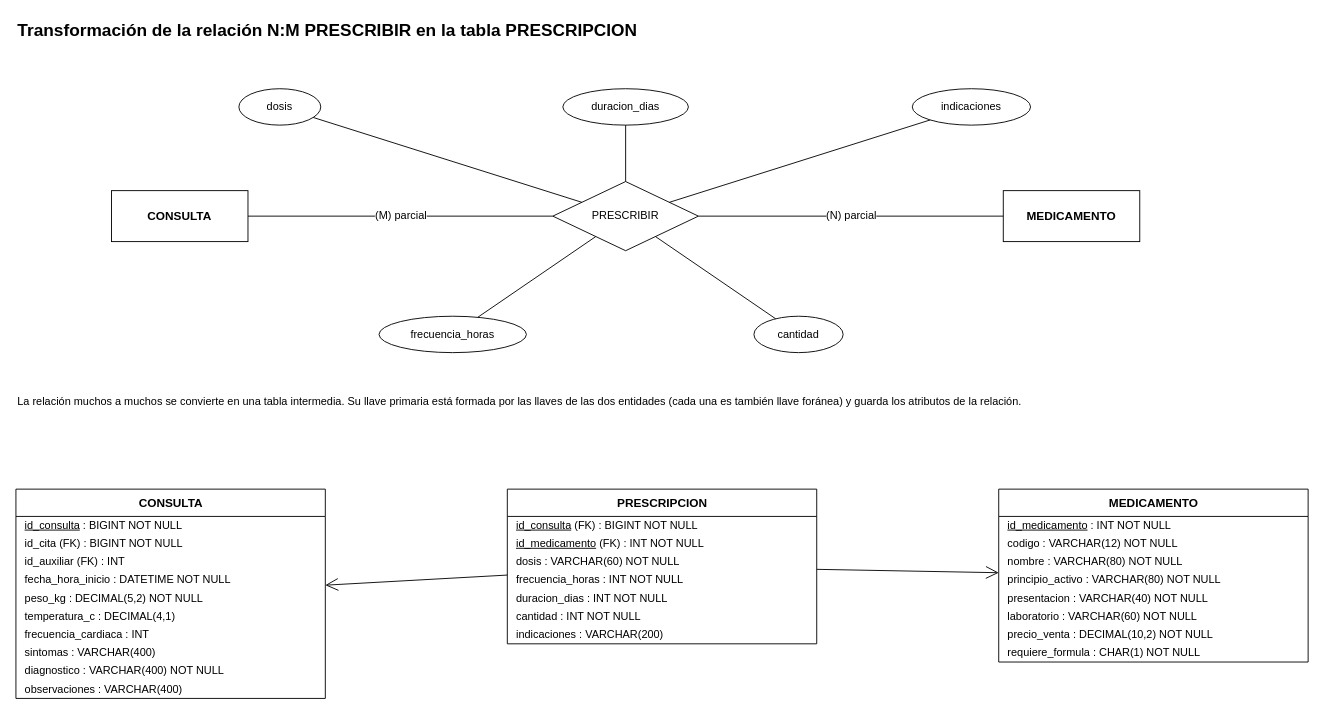
Before: documentos/fase1/diagramas_drawio/06_Transformacion_NM_PRESCRIPCION.drawio in Estarlan/proyecto-bd1-sigevet, a draw.io diagram. Source tidied: cells renumbered, new cells numbered last; positions are measured from the earlier drawing's top-left corner, leaving out a move shared by most shapes. Both pictures are drawn from the tidied source at 91%, with x=0, y=0 at pixel (15, 15).
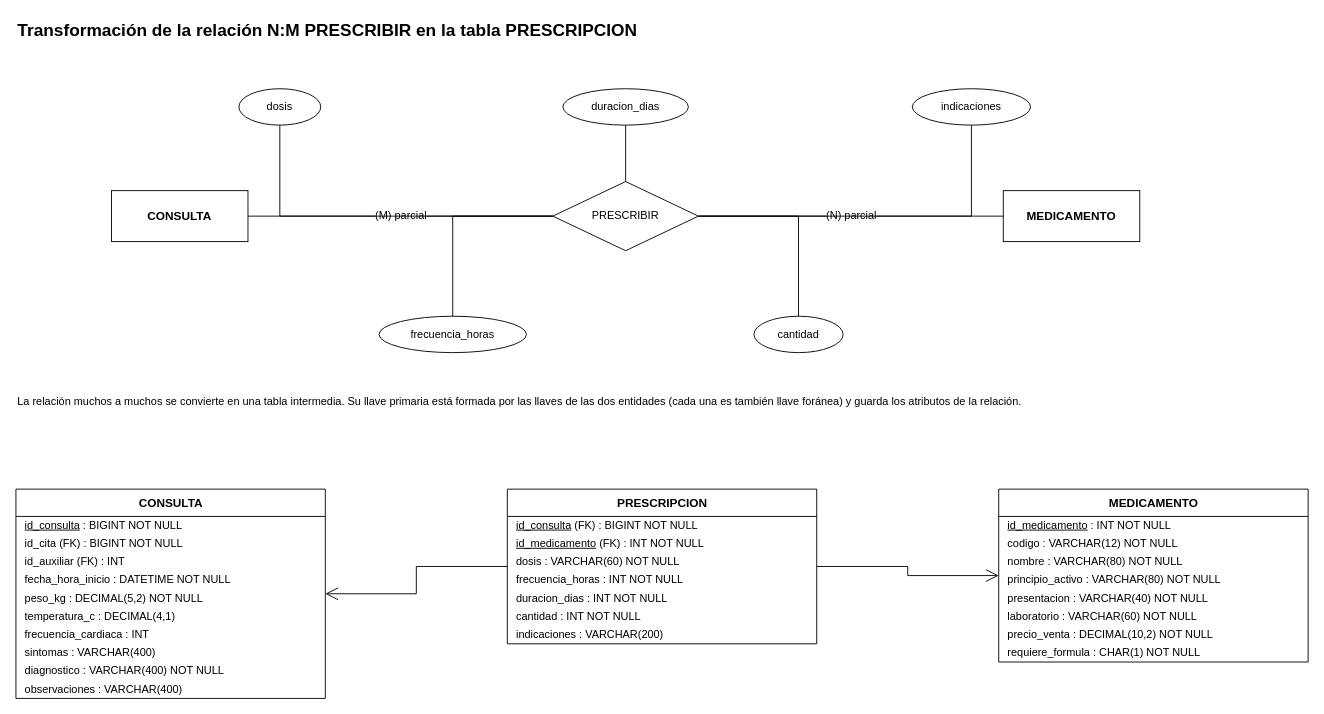
The same diagram, later.

Unchanged cells that the change refers to:
```xml
<mxCell id="3" value="CONSULTA" style="rounded=0;whiteSpace=wrap;html=1;fillColor=none;fontSize=13;fontStyle=1;" parent="1" vertex="1">
  <mxGeometry x="105" y="192" width="150" height="56" as="geometry" />
</mxCell>
<mxCell id="4" value="MEDICAMENTO" style="rounded=0;whiteSpace=wrap;html=1;fillColor=none;fontSize=13;fontStyle=1;" parent="1" vertex="1">
  <mxGeometry x="1085" y="192" width="150" height="56" as="geometry" />
</mxCell>
<mxCell id="5" value="PRESCRIBIR" style="rhombus;whiteSpace=wrap;html=1;fillColor=none;fontSize=12;" parent="1" vertex="1">
  <mxGeometry x="590" y="182" width="160" height="76" as="geometry" />
</mxCell>
<mxCell id="8" value="dosis" style="ellipse;whiteSpace=wrap;html=1;fillColor=none;fontSize=12;" parent="1" vertex="1">
  <mxGeometry x="245" y="80" width="90" height="40" as="geometry" />
</mxCell>
<mxCell id="10" value="frecuencia_horas" style="ellipse;whiteSpace=wrap;html=1;fillColor=none;fontSize=12;" parent="1" vertex="1">
  <mxGeometry x="399" y="330" width="162" height="40" as="geometry" />
</mxCell>
<mxCell id="12" value="duracion_dias" style="ellipse;whiteSpace=wrap;html=1;fillColor=none;fontSize=12;" parent="1" vertex="1">
  <mxGeometry x="601" y="80" width="138" height="40" as="geometry" />
</mxCell>
<mxCell id="14" value="cantidad" style="ellipse;whiteSpace=wrap;html=1;fillColor=none;fontSize=12;" parent="1" vertex="1">
  <mxGeometry x="811" y="330" width="98" height="40" as="geometry" />
</mxCell>
<mxCell id="16" value="indicaciones" style="ellipse;whiteSpace=wrap;html=1;fillColor=none;fontSize=12;" parent="1" vertex="1">
  <mxGeometry x="985" y="80" width="130" height="40" as="geometry" />
</mxCell>
<mxCell id="19" value="CONSULTA" style="swimlane;fontStyle=1;horizontal=1;startSize=30;html=1;fillColor=none;swimlaneFillColor=none;fontSize=13;" parent="1" vertex="1">
  <mxGeometry y="520" width="340" height="230" as="geometry" />
</mxCell>
<mxCell id="30" value="PRESCRIPCION" style="swimlane;fontStyle=1;horizontal=1;startSize=30;html=1;fillColor=none;swimlaneFillColor=none;fontSize=13;" parent="1" vertex="1">
  <mxGeometry x="540" y="520" width="340" height="170" as="geometry" />
</mxCell>
<mxCell id="38" value="MEDICAMENTO" style="swimlane;fontStyle=1;horizontal=1;startSize=30;html=1;fillColor=none;swimlaneFillColor=none;fontSize=13;" parent="1" vertex="1">
  <mxGeometry x="1080" y="520" width="340" height="190" as="geometry" />
</mxCell>
```

Change to the diagram source:
```diff
@@
-    <mxCell id="6" value="(M) parcial" style="html=1;endArrow=none;fontSize=12;labelBackgroundColor=default;jumpStyle=arc;jumpSize=10;" parent="1" edge="1" source="3" target="5">
+    <mxCell id="6" value="(M) parcial" style="html=1;endArrow=none;fontSize=12;labelBackgroundColor=default;edgeStyle=orthogonalEdgeStyle;rounded=0;" parent="1" edge="1" source="3" target="5">
       <mxGeometry relative="1" as="geometry" />
     </mxCell>
-    <mxCell id="7" value="(N) parcial" style="html=1;endArrow=none;fontSize=12;labelBackgroundColor=default;jumpStyle=arc;jumpSize=10;" parent="1" edge="1" source="5" target="4">
+    <mxCell id="7" value="(N) parcial" style="html=1;endArrow=none;fontSize=12;labelBackgroundColor=default;edgeStyle=orthogonalEdgeStyle;rounded=0;" parent="1" edge="1" source="5" target="4">
       <mxGeometry relative="1" as="geometry" />
     </mxCell>
@@
-    <mxCell id="9" style="html=1;endArrow=none;fontSize=12;labelBackgroundColor=default;jumpStyle=arc;jumpSize=10;" parent="1" edge="1" source="5" target="8">
+    <mxCell id="9" style="html=1;endArrow=none;fontSize=12;labelBackgroundColor=default;edgeStyle=orthogonalEdgeStyle;rounded=0;" parent="1" edge="1" source="5" target="8">
       <mxGeometry relative="1" as="geometry" />
     </mxCell>
@@
-    <mxCell id="11" style="html=1;endArrow=none;fontSize=12;labelBackgroundColor=default;jumpStyle=arc;jumpSize=10;" parent="1" edge="1" source="5" target="10">
+    <mxCell id="11" style="html=1;endArrow=none;fontSize=12;labelBackgroundColor=default;edgeStyle=orthogonalEdgeStyle;rounded=0;" parent="1" edge="1" source="5" target="10">
       <mxGeometry relative="1" as="geometry" />
     </mxCell>
@@
-    <mxCell id="13" style="html=1;endArrow=none;fontSize=12;labelBackgroundColor=default;jumpStyle=arc;jumpSize=10;" parent="1" edge="1" source="5" target="12">
+    <mxCell id="13" style="html=1;endArrow=none;fontSize=12;labelBackgroundColor=default;edgeStyle=orthogonalEdgeStyle;rounded=0;" parent="1" edge="1" source="5" target="12">
       <mxGeometry relative="1" as="geometry" />
     </mxCell>
@@
-    <mxCell id="15" style="html=1;endArrow=none;fontSize=12;labelBackgroundColor=default;jumpStyle=arc;jumpSize=10;" parent="1" edge="1" source="5" target="14">
+    <mxCell id="15" style="html=1;endArrow=none;fontSize=12;labelBackgroundColor=default;edgeStyle=orthogonalEdgeStyle;rounded=0;" parent="1" edge="1" source="5" target="14">
       <mxGeometry relative="1" as="geometry" />
     </mxCell>
@@
-    <mxCell id="17" style="html=1;endArrow=none;fontSize=12;labelBackgroundColor=default;jumpStyle=arc;jumpSize=10;" parent="1" edge="1" source="5" target="16">
+    <mxCell id="17" style="html=1;endArrow=none;fontSize=12;labelBackgroundColor=default;edgeStyle=orthogonalEdgeStyle;rounded=0;" parent="1" edge="1" source="5" target="16">
       <mxGeometry relative="1" as="geometry" />
     </mxCell>
@@
-    <mxCell id="47" style="html=1;endArrow=none;fontSize=12;labelBackgroundColor=default;endArrow=open;endFill=0;endSize=12;fontSize=11;jumpStyle=arc;jumpSize=10;" parent="1" edge="1" source="30" target="19">
+    <mxCell id="47" style="html=1;endArrow=none;fontSize=12;labelBackgroundColor=default;endArrow=open;endFill=0;endSize=12;fontSize=11;edgeStyle=orthogonalEdgeStyle;rounded=0;" parent="1" edge="1" source="30" target="19">
       <mxGeometry relative="1" as="geometry" />
     </mxCell>
-    <mxCell id="48" style="html=1;endArrow=none;fontSize=12;labelBackgroundColor=default;endArrow=open;endFill=0;endSize=12;fontSize=11;jumpStyle=arc;jumpSize=10;" parent="1" edge="1" source="30" target="38">
+    <mxCell id="48" style="html=1;endArrow=none;fontSize=12;labelBackgroundColor=default;endArrow=open;endFill=0;endSize=12;fontSize=11;edgeStyle=orthogonalEdgeStyle;rounded=0;" parent="1" edge="1" source="30" target="38">
       <mxGeometry relative="1" as="geometry" />
     </mxCell>
```
